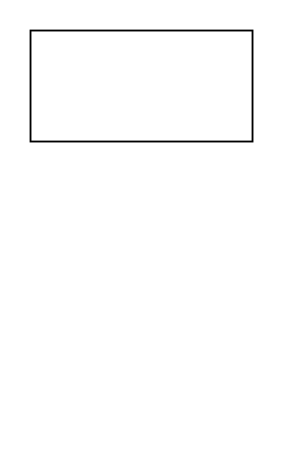
Earlier version of the draw.io diagram 제목 없는 다이어그램.drawio (YooSeoyoung/NAMANSOLOJAVA). Source tidied: cells renumbered, new cells numbered last; positions are measured from the earlier drawing's top-left corner, leaving out a move shared by most shapes. Both pictures are drawn from the tidied source at 185%, with x=0, y=0 at pixel (30, 30).
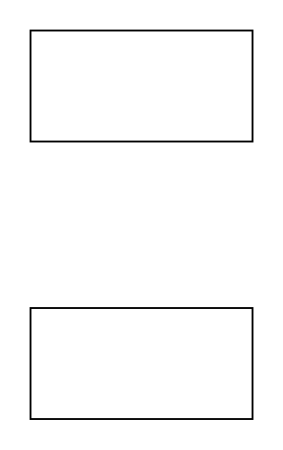
After the change.

Commit message (it also covers changes not shown here):
제목 없는 다이어그램.drawio 업데이트

What changed in the source:
```diff
@@
 <mxGraphModel>
   <root>
     <mxCell id="0" />
     <mxCell id="1" parent="0" />
     <mxCell id="2" style="rounded=0;whiteSpace=wrap;html=1;" parent="1" vertex="1">
       <mxGeometry width="120" height="60" as="geometry" />
     </mxCell>
+    <mxCell id="3" style="rounded=0;whiteSpace=wrap;html=1;" parent="1" vertex="1">
+      <mxGeometry y="150" width="120" height="60" as="geometry" />
+    </mxCell>
   </root>
 </mxGraphModel>
```
